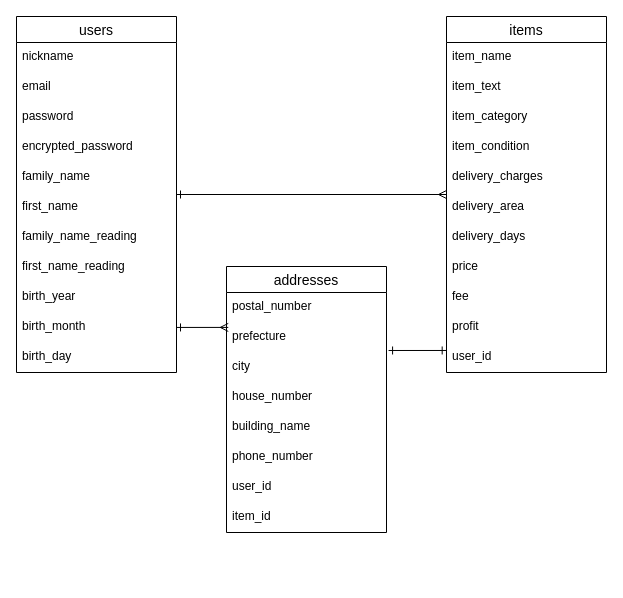
chin-ninn/furima-39116 keeps this draw.io diagram as furima.dio. Above is the earlier version. Source tidied: cells renumbered, new cells numbered last; positions are measured from the earlier drawing's top-left corner, leaving out a move shared by most shapes. Both pictures are drawn from the tidied source at 100%, with x=0, y=0 at pixel (16, 16).
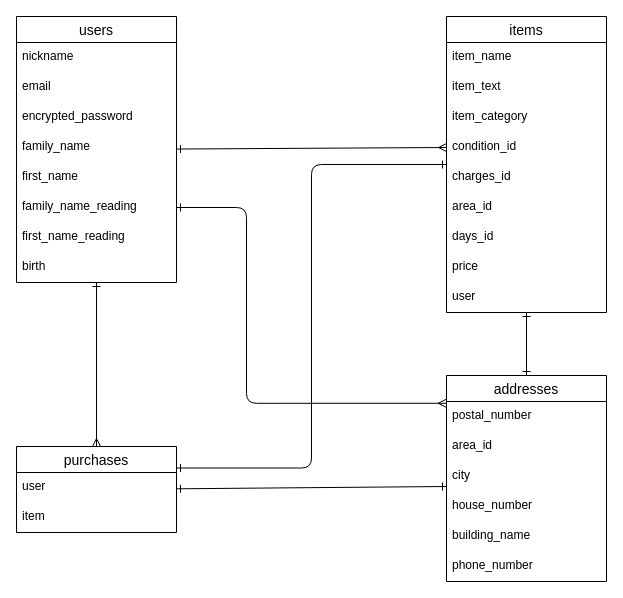
After the change.

Unchanged cells that the change refers to:
```xml
<mxCell id="28" value="postal_number" style="text;strokeColor=none;fillColor=none;spacingLeft=4;spacingRight=4;overflow=hidden;points=[[0,0.5],[1,0.5]];portConstraint=eastwest;fontSize=12;" parent="27" vertex="1">
  <mxGeometry y="26" width="160" height="30" as="geometry" />
</mxCell>
```

Change to the diagram source:
```diff
@@
-    <mxCell id="2" style="edgeStyle=none;html=1;entryX=0;entryY=0.067;entryDx=0;entryDy=0;entryPerimeter=0;startArrow=ERone;startFill=0;endArrow=ERmany;endFill=0;" parent="1" edge="1" source="3" target="21">
+    <mxCell id="2" style="edgeStyle=none;html=1;entryX=0;entryY=0.5;entryDx=0;entryDy=0;startArrow=ERone;startFill=0;endArrow=ERmany;endFill=0;" parent="1" edge="1" source="3" target="19">
       <mxGeometry relative="1" as="geometry" />
     </mxCell>
+    <mxCell id="38" style="edgeStyle=none;html=1;startArrow=ERone;startFill=0;endArrow=ERmany;endFill=0;entryX=0.5;entryY=0;entryDx=0;entryDy=0;" parent="1" edge="1" source="3" target="43">
+      <mxGeometry relative="1" as="geometry" />
+    </mxCell>
+    <mxCell id="39" style="edgeStyle=orthogonalEdgeStyle;html=1;entryX=-0.002;entryY=0.059;entryDx=0;entryDy=0;entryPerimeter=0;startArrow=ERone;startFill=0;endArrow=ERmany;endFill=0;exitX=1;exitY=0.5;exitDx=0;exitDy=0;" parent="1" edge="1" source="10" target="28">
+      <mxGeometry relative="1" as="geometry">
+        <Array as="points">
+          <mxPoint x="230" y="191" />
+          <mxPoint x="230" y="387" />
+        </Array>
+      </mxGeometry>
+    </mxCell>
     <mxCell id="3" value="users" style="swimlane;fontStyle=0;horizontal=1;startSize=26;align=center;fontSize=14;" parent="1" vertex="1">
-      <mxGeometry width="160" height="356" as="geometry" />
+      <mxGeometry width="160" height="266" as="geometry" />
     </mxCell>
@@
-    <mxCell id="6" value="password" style="text;strokeColor=none;fillColor=none;spacingLeft=4;spacingRight=4;overflow=hidden;fontSize=12;" parent="3" vertex="1">
-      <mxGeometry y="86" width="160" height="30" as="geometry" />
-    </mxCell>
     <mxCell id="7" value="encrypted_password" style="text;strokeColor=none;fillColor=none;spacingLeft=4;spacingRight=4;overflow=hidden;fontSize=12;" parent="3" vertex="1">
-      <mxGeometry y="116" width="160" height="30" as="geometry" />
+      <mxGeometry y="86" width="160" height="30" as="geometry" />
     </mxCell>
     <mxCell id="8" value="family_name" style="text;strokeColor=none;fillColor=none;spacingLeft=4;spacingRight=4;overflow=hidden;fontSize=12;" parent="3" vertex="1">
-      <mxGeometry y="146" width="160" height="30" as="geometry" />
+      <mxGeometry y="116" width="160" height="30" as="geometry" />
     </mxCell>
     <mxCell id="9" value="first_name" style="text;strokeColor=none;fillColor=none;spacingLeft=4;spacingRight=4;overflow=hidden;fontSize=12;" parent="3" vertex="1">
-      <mxGeometry y="176" width="160" height="30" as="geometry" />
+      <mxGeometry y="146" width="160" height="30" as="geometry" />
     </mxCell>
     <mxCell id="10" value="family_name_reading" style="text;strokeColor=none;fillColor=none;spacingLeft=4;spacingRight=4;overflow=hidden;points=[[0,0.5],[1,0.5]];portConstraint=eastwest;fontSize=12;" parent="3" vertex="1">
-      <mxGeometry y="206" width="160" height="30" as="geometry" />
+      <mxGeometry y="176" width="160" height="30" as="geometry" />
     </mxCell>
     <mxCell id="11" value="first_name_reading" style="text;strokeColor=none;fillColor=none;spacingLeft=4;spacingRight=4;overflow=hidden;fontSize=12;" parent="3" vertex="1">
-      <mxGeometry y="236" width="160" height="30" as="geometry" />
+      <mxGeometry y="206" width="160" height="30" as="geometry" />
     </mxCell>
-    <mxCell id="12" value="birth_year" style="text;strokeColor=none;fillColor=none;spacingLeft=4;spacingRight=4;overflow=hidden;fontSize=12;" parent="3" vertex="1">
-      <mxGeometry y="266" width="160" height="30" as="geometry" />
+    <mxCell id="12" value="birth" style="text;strokeColor=none;fillColor=none;spacingLeft=4;spacingRight=4;overflow=hidden;fontSize=12;" parent="3" vertex="1">
+      <mxGeometry y="236" width="160" height="30" as="geometry" />
     </mxCell>
-    <mxCell id="13" value="birth_month" style="text;strokeColor=none;fillColor=none;spacingLeft=4;spacingRight=4;overflow=hidden;points=[[0,0.5],[1,0.5]];portConstraint=eastwest;fontSize=12;" parent="3" vertex="1">
-      <mxGeometry y="296" width="160" height="30" as="geometry" />
-    </mxCell>
-    <mxCell id="14" value="birth_day" style="text;strokeColor=none;fillColor=none;spacingLeft=4;spacingRight=4;overflow=hidden;fontSize=12;" parent="3" vertex="1">
-      <mxGeometry y="326" width="160" height="30" as="geometry" />
-    </mxCell>
+    <mxCell id="40" style="html=1;startArrow=ERone;startFill=0;endArrow=ERone;endFill=0;entryX=0.5;entryY=0;entryDx=0;entryDy=0;" parent="1" edge="1" source="15" target="27">
+      <mxGeometry relative="1" as="geometry" />
+    </mxCell>
+    <mxCell id="41" style="edgeStyle=orthogonalEdgeStyle;html=1;entryX=1;entryY=0.25;entryDx=0;entryDy=0;startArrow=ERone;startFill=0;endArrow=ERone;endFill=0;" parent="1" edge="1" source="15" target="43">
+      <mxGeometry relative="1" as="geometry" />
+    </mxCell>
     <mxCell id="15" value="items" style="swimlane;fontStyle=0;horizontal=1;startSize=26;align=center;fontSize=14;" parent="1" vertex="1">
-      <mxGeometry x="430" width="160" height="356" as="geometry" />
+      <mxGeometry x="430" width="160" height="296" as="geometry" />
     </mxCell>
@@
-    <mxCell id="19" value="item_condition" style="text;strokeColor=none;fillColor=none;spacingLeft=4;spacingRight=4;overflow=hidden;points=[[0,0.5],[1,0.5]];portConstraint=eastwest;fontSize=12;" parent="15" vertex="1">
+    <mxCell id="19" value="condition_id" style="text;strokeColor=none;fillColor=none;spacingLeft=4;spacingRight=4;overflow=hidden;points=[[0,0.5],[1,0.5]];portConstraint=eastwest;fontSize=12;" parent="15" vertex="1">
       <mxGeometry y="116" width="160" height="30" as="geometry" />
     </mxCell>
-    <mxCell id="20" value="delivery_charges" style="text;strokeColor=none;fillColor=none;spacingLeft=4;spacingRight=4;overflow=hidden;fontSize=12;" parent="15" vertex="1">
+    <mxCell id="20" value="charges_id" style="text;strokeColor=none;fillColor=none;spacingLeft=4;spacingRight=4;overflow=hidden;fontSize=12;" parent="15" vertex="1">
       <mxGeometry y="146" width="160" height="30" as="geometry" />
     </mxCell>
-    <mxCell id="21" value="delivery_area" style="text;strokeColor=none;fillColor=none;spacingLeft=4;spacingRight=4;overflow=hidden;points=[[0,0.5],[1,0.5]];portConstraint=eastwest;fontSize=12;" parent="15" vertex="1">
+    <mxCell id="21" value="area_id" style="text;strokeColor=none;fillColor=none;spacingLeft=4;spacingRight=4;overflow=hidden;points=[[0,0.5],[1,0.5]];portConstraint=eastwest;fontSize=12;" parent="15" vertex="1">
       <mxGeometry y="176" width="160" height="30" as="geometry" />
     </mxCell>
-    <mxCell id="22" value="delivery_days" style="text;strokeColor=none;fillColor=none;spacingLeft=4;spacingRight=4;overflow=hidden;fontSize=12;" parent="15" vertex="1">
+    <mxCell id="22" value="days_id" style="text;strokeColor=none;fillColor=none;spacingLeft=4;spacingRight=4;overflow=hidden;fontSize=12;" parent="15" vertex="1">
       <mxGeometry y="206" width="160" height="30" as="geometry" />
     </mxCell>
@@
-    <mxCell id="24" value="fee" style="text;strokeColor=none;fillColor=none;spacingLeft=4;spacingRight=4;overflow=hidden;fontSize=12;" parent="15" vertex="1">
-      <mxGeometry y="266" width="160" height="30" as="geometry" />
-    </mxCell>
-    <mxCell id="25" value="profit" style="text;strokeColor=none;fillColor=none;spacingLeft=4;spacingRight=4;overflow=hidden;fontSize=12;" parent="15" vertex="1">
-      <mxGeometry y="296" width="160" height="30" as="geometry" />
-    </mxCell>
-    <mxCell id="26" value="user_id" style="text;strokeColor=none;fillColor=none;spacingLeft=4;spacingRight=4;overflow=hidden;points=[[0,0.5],[1,0.5]];portConstraint=eastwest;fontSize=12;" parent="15" vertex="1">
-      <mxGeometry y="326" width="160" height="30" as="geometry" />
+    <mxCell id="26" value="user" style="text;strokeColor=none;fillColor=none;spacingLeft=4;spacingRight=4;overflow=hidden;points=[[0,0.5],[1,0.5]];portConstraint=eastwest;fontSize=12;" parent="15" vertex="1">
+      <mxGeometry y="266" width="160" height="30" as="geometry" />
     </mxCell>
     <mxCell id="27" value="addresses" style="swimlane;fontStyle=0;horizontal=1;startSize=26;align=center;fontSize=14;" parent="1" vertex="1">
-      <mxGeometry x="210" y="250" width="160" height="266" as="geometry" />
+      <mxGeometry x="430" y="359" width="160" height="206" as="geometry" />
     </mxCell>
@@
-    <mxCell id="29" value="prefecture" style="text;strokeColor=none;fillColor=none;spacingLeft=4;spacingRight=4;overflow=hidden;points=[[0,0.5],[1,0.5]];portConstraint=eastwest;fontSize=12;" parent="27" vertex="1">
+    <mxCell id="29" value="area_id" style="text;strokeColor=none;fillColor=none;spacingLeft=4;spacingRight=4;overflow=hidden;points=[[0,0.5],[1,0.5]];portConstraint=eastwest;fontSize=12;" parent="27" vertex="1">
       <mxGeometry y="56" width="160" height="30" as="geometry" />
     </mxCell>
@@
-    <mxCell id="34" value="user_id" style="text;strokeColor=none;fillColor=none;spacingLeft=4;spacingRight=4;overflow=hidden;fontSize=12;" parent="27" vertex="1">
-      <mxGeometry y="206" width="160" height="30" as="geometry" />
-    </mxCell>
-    <mxCell id="35" value="item_id" style="text;strokeColor=none;fillColor=none;spacingLeft=4;spacingRight=4;overflow=hidden;fontSize=12;" parent="27" vertex="1">
-      <mxGeometry y="236" width="160" height="30" as="geometry" />
-    </mxCell>
-    <mxCell id="36" style="edgeStyle=none;html=1;entryX=-0.002;entryY=0.266;entryDx=0;entryDy=0;entryPerimeter=0;startArrow=ERone;startFill=0;endArrow=ERone;endFill=0;exitX=1.013;exitY=0.933;exitDx=0;exitDy=0;exitPerimeter=0;" parent="1" edge="1" source="29" target="26">
-      <mxGeometry relative="1" as="geometry" />
-    </mxCell>
-    <mxCell id="37" style="edgeStyle=none;html=1;entryX=0.011;entryY=0.164;entryDx=0;entryDy=0;entryPerimeter=0;startArrow=ERone;startFill=0;endArrow=ERmany;endFill=0;" parent="1" edge="1" source="13" target="29">
-      <mxGeometry relative="1" as="geometry" />
-    </mxCell>
+    <mxCell id="42" style="html=1;startArrow=ERone;startFill=0;endArrow=ERone;endFill=0;" parent="1" edge="1" source="43">
+      <mxGeometry relative="1" as="geometry">
+        <mxPoint x="430" y="470" as="targetPoint" />
+      </mxGeometry>
+    </mxCell>
+    <mxCell id="43" value="purchases" style="swimlane;fontStyle=0;horizontal=1;startSize=26;align=center;fontSize=14;" parent="1" vertex="1">
+      <mxGeometry y="430" width="160" height="86" as="geometry" />
+    </mxCell>
+    <mxCell id="44" value="user" style="text;strokeColor=none;fillColor=none;spacingLeft=4;spacingRight=4;overflow=hidden;fontSize=12;" parent="43" vertex="1">
+      <mxGeometry y="26" width="160" height="30" as="geometry" />
+    </mxCell>
+    <mxCell id="45" value="item" style="text;strokeColor=none;fillColor=none;spacingLeft=4;spacingRight=4;overflow=hidden;fontSize=12;" parent="43" vertex="1">
+      <mxGeometry y="56" width="160" height="30" as="geometry" />
+    </mxCell>
```
